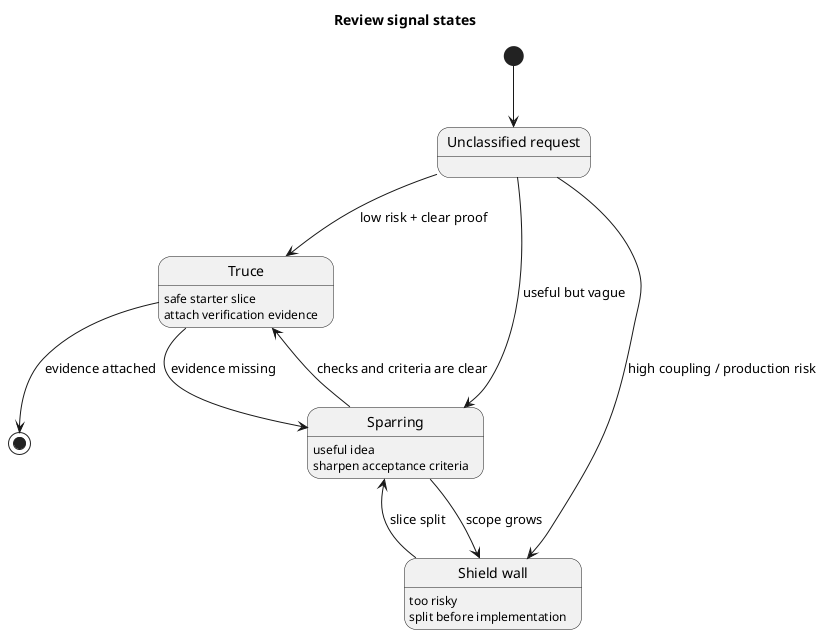
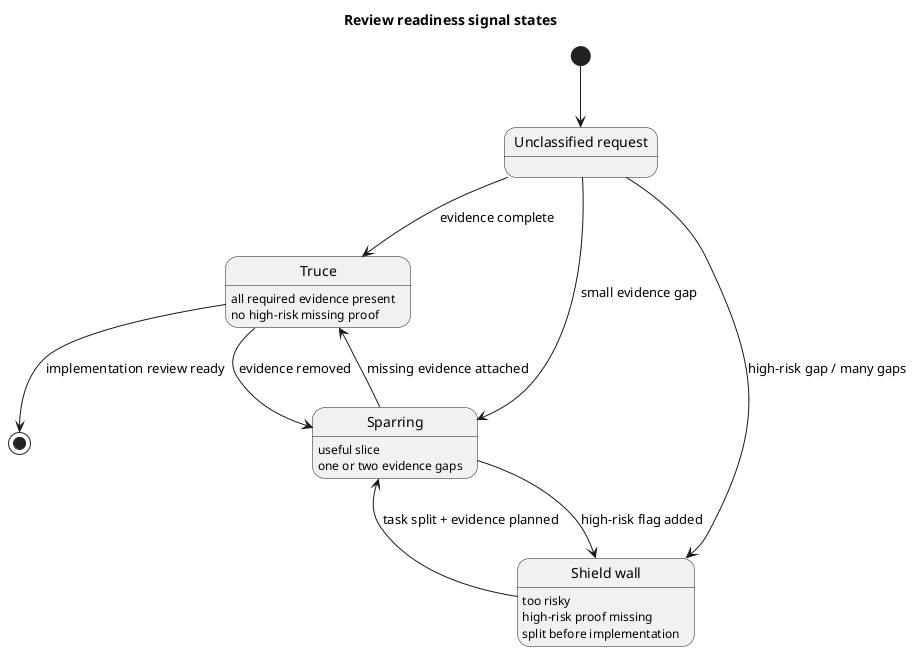
@startuml
- title Review signal states
+ title Review readiness signal states

state "Unclassified request" as unclassified
state "Truce" as truce
state "Sparring" as sparring
state "Shield wall" as shield_wall

- truce : safe starter slice
- truce : attach verification evidence
+ truce : all required evidence present
+ truce : no high-risk missing proof

- sparring : useful idea
- sparring : sharpen acceptance criteria
+ sparring : useful slice
+ sparring : one or two evidence gaps

shield_wall : too risky
+ shield_wall : high-risk proof missing
shield_wall : split before implementation

[*] --> unclassified
- unclassified --> truce : low risk + clear proof
- unclassified --> sparring : useful but vague
- unclassified --> shield_wall : high coupling / production risk
+ unclassified --> truce : evidence complete
+ unclassified --> sparring : small evidence gap
+ unclassified --> shield_wall : high-risk gap / many gaps

- truce --> sparring : evidence missing
- sparring --> shield_wall : scope grows
- shield_wall --> sparring : slice split
- sparring --> truce : checks and criteria are clear
- truce --> [*] : evidence attached
+ truce --> sparring : evidence removed
+ sparring --> shield_wall : high-risk flag added
+ shield_wall --> sparring : task split + evidence planned
+ sparring --> truce : missing evidence attached
+ truce --> [*] : implementation review ready

@enduml
